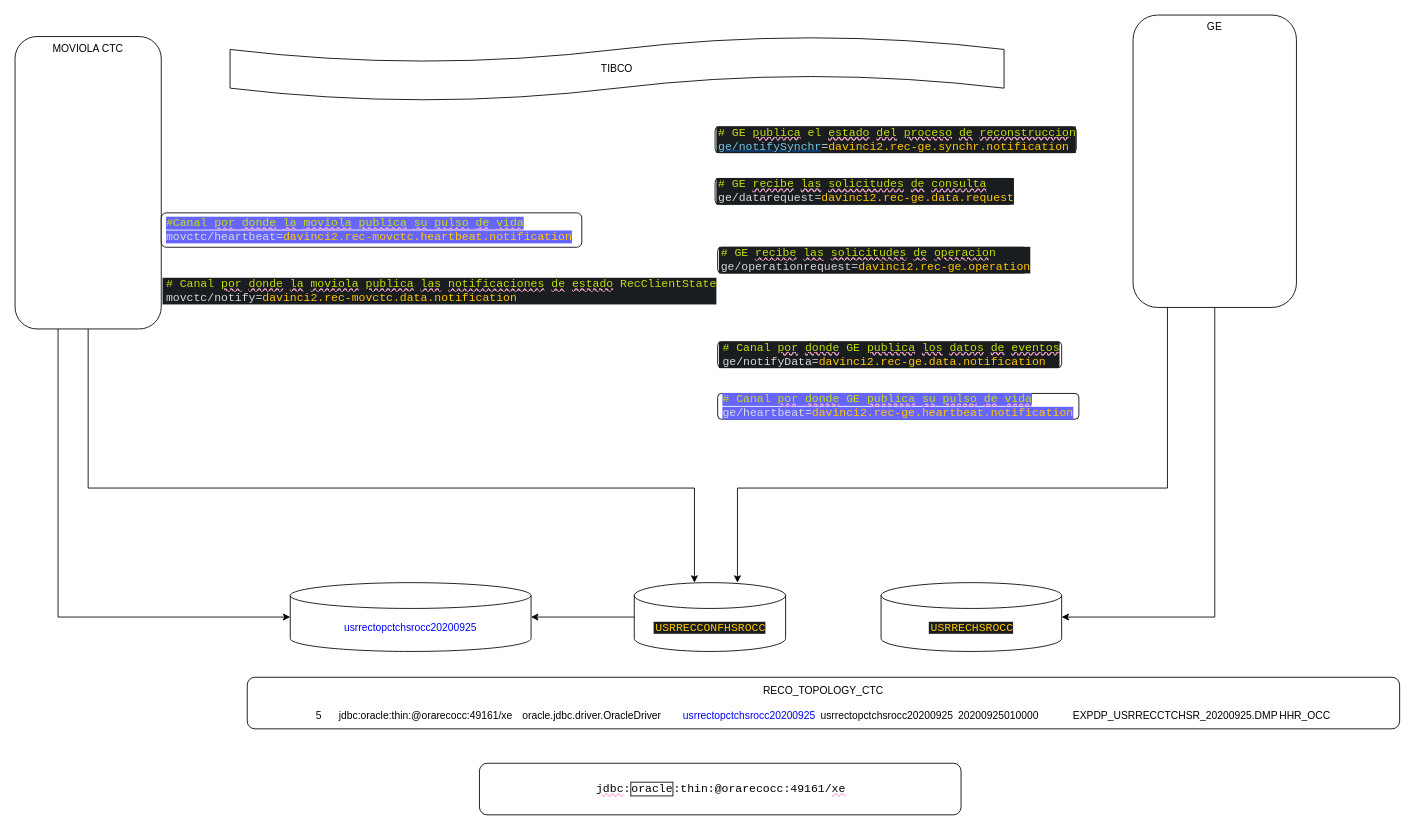
This is hhrmg.drawio from jeongon/HHRmovCTCge, a draw.io file, before an edit. Source tidied: cells renumbered, new cells numbered last; positions are measured from the earlier drawing's top-left corner, leaving out a move shared by most shapes. Both pictures are drawn from the tidied source at 86%, with x=0, y=0 at pixel (15, 15).
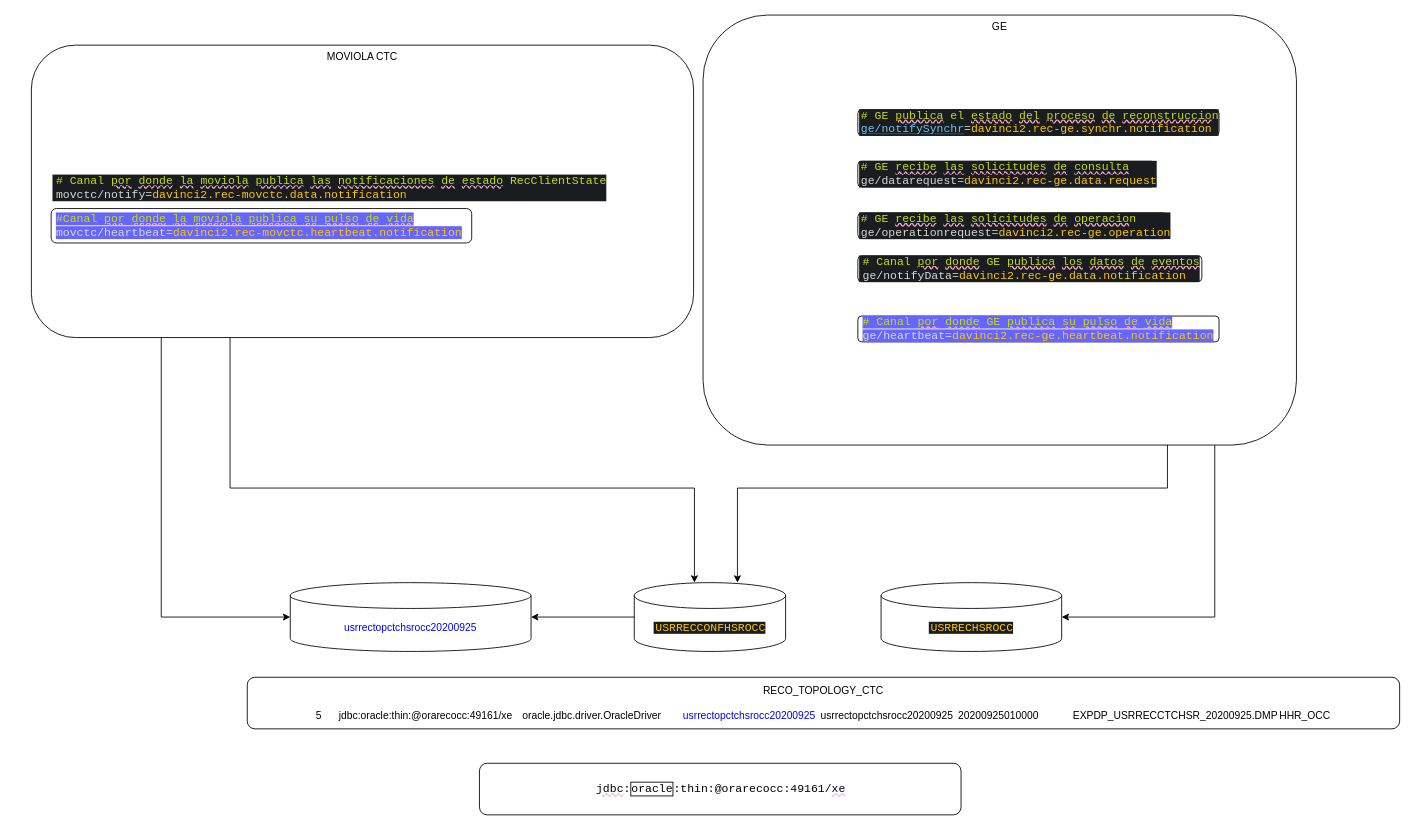
The same page after the edit.

Unchanged cells that the change refers to:
```xml
<mxCell id="6" value="&lt;span style=&quot;color: rgb(0, 0, 255);&quot;&gt;usrrectopctchsrocc20200925&lt;/span&gt;" style="shape=cylinder3;whiteSpace=wrap;html=1;boundedLbl=1;backgroundOutline=1;size=15;" parent="1" vertex="1">
  <mxGeometry x="320" y="660" width="280" height="80" as="geometry" />
</mxCell>
<mxCell id="8" value="&lt;span style=&quot;background-color:#191d1f;padding:0px 0px 0px 2px;&quot;&gt;&lt;span style=&quot;color: rgb(199, 205, 209); font-family: &amp;quot;Courier New&amp;quot;; font-size: 10pt; white-space: pre;&quot;&gt;&lt;span style=&quot;color:#d8d8d8;&quot;&gt;&lt;/span&gt;&lt;span style=&quot;color:#ffc600;&quot;&gt;USRRECCONFHSROCC&lt;/span&gt;&lt;/span&gt;&lt;/span&gt;" style="shape=cylinder3;whiteSpace=wrap;html=1;boundedLbl=1;backgroundOutline=1;size=15;" parent="1" vertex="1">
  <mxGeometry x="720" y="660" width="176" height="80" as="geometry" />
</mxCell>
```

The edit, as a diff of the source:
```diff
@@
     <mxCell id="2" value="MOVIOLA CTC" style="rounded=1;whiteSpace=wrap;html=1;verticalAlign=top;" parent="1" vertex="1">
-      <mxGeometry y="25" width="170" height="340" as="geometry" />
+      <mxGeometry x="19" y="35" width="770" height="340" as="geometry" />
     </mxCell>
@@
     <mxCell id="4" value="GE" style="rounded=1;whiteSpace=wrap;html=1;verticalAlign=top;" parent="1" vertex="1">
-      <mxGeometry x="1300" width="190" height="340" as="geometry" />
+      <mxGeometry x="800" width="690" height="500" as="geometry" />
     </mxCell>
-    <mxCell id="5" value="TIBCO" style="shape=tape;whiteSpace=wrap;html=1;" parent="1" vertex="1">
-      <mxGeometry x="250" y="25" width="900" height="75" as="geometry" />
-    </mxCell>
@@
     <mxCell id="9" value="&lt;div style=&quot;background-color:#191d1f;padding:0px 0px 0px 2px;&quot;&gt;&lt;div style=&quot;color: rgb(199, 205, 209); font-family: &amp;quot;Courier New&amp;quot;; font-size: 10pt; white-space: pre;&quot;&gt;&lt;p style=&quot;margin:0;&quot;&gt;&lt;span style=&quot;color:#c7dd0c;&quot;&gt;# &lt;/span&gt;&lt;span style=&quot;color:#c7dd0c;&quot;&gt;GE &lt;/span&gt;&lt;span style=&quot;color: rgb(199, 221, 12); text-decoration-line: underline; text-decoration-color: rgb(253, 170, 211); text-decoration-style: wavy;&quot;&gt;publica&lt;/span&gt;&lt;span style=&quot;color:#c7dd0c;&quot;&gt; el &lt;/span&gt;&lt;span style=&quot;color: rgb(199, 221, 12); text-decoration-line: underline; text-decoration-color: rgb(253, 170, 211); text-decoration-style: wavy;&quot;&gt;estado&lt;/span&gt;&lt;span style=&quot;color:#c7dd0c;&quot;&gt; &lt;/span&gt;&lt;span style=&quot;color: rgb(199, 221, 12); text-decoration-line: underline; text-decoration-color: rgb(253, 170, 211); text-decoration-style: wavy;&quot;&gt;del&lt;/span&gt;&lt;span style=&quot;color:#c7dd0c;&quot;&gt; &lt;/span&gt;&lt;span style=&quot;color: rgb(199, 221, 12); text-decoration-line: underline; text-decoration-color: rgb(253, 170, 211); text-decoration-style: wavy;&quot;&gt;proceso&lt;/span&gt;&lt;span style=&quot;color:#c7dd0c;&quot;&gt; &lt;/span&gt;&lt;span style=&quot;color: rgb(199, 221, 12); text-decoration-line: underline; text-decoration-color: rgb(253, 170, 211); text-decoration-style: wavy;&quot;&gt;de&lt;/span&gt;&lt;span style=&quot;color:#c7dd0c;&quot;&gt; &lt;/span&gt;&lt;span style=&quot;color: rgb(199, 221, 12); text-decoration-line: underline; text-decoration-color: rgb(253, 170, 211); text-decoration-style: wavy;&quot;&gt;reconstruccio&lt;/span&gt;&lt;span style=&quot;color:#c7dd0c;&quot;&gt;n&lt;/span&gt;&lt;/p&gt;&lt;p style=&quot;margin:0;&quot;&gt;&lt;span style=&quot;color: rgb(111, 197, 238); text-decoration-line: underline; text-decoration-style: solid; text-decoration-color: rgb(0, 102, 204);&quot;&gt;ge/notifySynchr&lt;/span&gt;&lt;span style=&quot;color:#d8d8d8;&quot;&gt;=&lt;/span&gt;&lt;span style=&quot;color:#ffc600;&quot;&gt;davinci2.rec-ge.synchr.notification&lt;/span&gt;&lt;/p&gt;&lt;/div&gt;&lt;/div&gt;" style="rounded=1;whiteSpace=wrap;html=1;align=left;" parent="1" vertex="1">
-      <mxGeometry x="814" y="130" width="420" height="30" as="geometry" />
+      <mxGeometry x="980" y="110" width="420" height="30" as="geometry" />
     </mxCell>
     <mxCell id="10" value="&lt;div style=&quot;background-color:#191d1f;padding:0px 0px 0px 2px;&quot;&gt;&lt;div style=&quot;color: rgb(199, 205, 209); font-family: &amp;quot;Courier New&amp;quot;; font-size: 10pt; white-space: pre;&quot;&gt;&lt;p style=&quot;margin:0;&quot;&gt;&lt;span style=&quot;font-size: 10pt; color: rgb(199, 221, 12);&quot;&gt;# &lt;/span&gt;&lt;span style=&quot;font-size: 10pt; color: rgb(199, 221, 12);&quot;&gt;GE &lt;/span&gt;&lt;span style=&quot;font-size: 10pt; color: rgb(199, 221, 12); text-decoration-line: underline; text-decoration-color: rgb(253, 170, 211); text-decoration-style: wavy;&quot;&gt;recibe&lt;/span&gt;&lt;span style=&quot;font-size: 10pt; color: rgb(199, 221, 12);&quot;&gt; &lt;/span&gt;&lt;span style=&quot;font-size: 10pt; color: rgb(199, 221, 12); text-decoration-line: underline; text-decoration-color: rgb(253, 170, 211); text-decoration-style: wavy;&quot;&gt;las&lt;/span&gt;&lt;span style=&quot;font-size: 10pt; color: rgb(199, 221, 12);&quot;&gt; &lt;/span&gt;&lt;span style=&quot;font-size: 10pt; color: rgb(199, 221, 12); text-decoration-line: underline; text-decoration-color: rgb(253, 170, 211); text-decoration-style: wavy;&quot;&gt;solicitudes&lt;/span&gt;&lt;span style=&quot;font-size: 10pt; color: rgb(199, 221, 12);&quot;&gt; &lt;/span&gt;&lt;span style=&quot;font-size: 10pt; color: rgb(199, 221, 12); text-decoration-line: underline; text-decoration-color: rgb(253, 170, 211); text-decoration-style: wavy;&quot;&gt;de&lt;/span&gt;&lt;span style=&quot;font-size: 10pt; color: rgb(199, 221, 12);&quot;&gt; &lt;/span&gt;&lt;span style=&quot;font-size: 10pt; color: rgb(199, 221, 12); text-decoration-line: underline; text-decoration-color: rgb(253, 170, 211); text-decoration-style: wavy;&quot;&gt;consulta&lt;/span&gt;&lt;br&gt;&lt;/p&gt;&lt;p style=&quot;margin:0;&quot;&gt;&lt;span style=&quot;color:#d8d8d8;&quot;&gt;ge/datarequest=&lt;/span&gt;&lt;span style=&quot;color:#ffc600;&quot;&gt;davinci2.rec-ge.data.request&lt;/span&gt;&lt;/p&gt;&lt;/div&gt;&lt;/div&gt;" style="rounded=1;whiteSpace=wrap;html=1;align=left;" parent="1" vertex="1">
-      <mxGeometry x="814" y="190" width="346" height="30" as="geometry" />
+      <mxGeometry x="980" y="170" width="346" height="30" as="geometry" />
     </mxCell>
     <mxCell id="11" value="&lt;div style=&quot;background-color:#191d1f;padding:0px 0px 0px 2px;&quot;&gt;&lt;div style=&quot;color: rgb(199, 205, 209); font-family: &amp;quot;Courier New&amp;quot;; font-size: 10pt; white-space: pre;&quot;&gt;&lt;p style=&quot;margin:0;&quot;&gt;&lt;span style=&quot;font-size: 10pt; color: rgb(199, 221, 12);&quot;&gt;# &lt;/span&gt;&lt;span style=&quot;font-size: 10pt; color: rgb(199, 221, 12);&quot;&gt;GE &lt;/span&gt;&lt;span style=&quot;font-size: 10pt; color: rgb(199, 221, 12); text-decoration-line: underline; text-decoration-color: rgb(253, 170, 211); text-decoration-style: wavy;&quot;&gt;recibe&lt;/span&gt;&lt;span style=&quot;font-size: 10pt; color: rgb(199, 221, 12);&quot;&gt; &lt;/span&gt;&lt;span style=&quot;font-size: 10pt; color: rgb(199, 221, 12); text-decoration-line: underline; text-decoration-color: rgb(253, 170, 211); text-decoration-style: wavy;&quot;&gt;las&lt;/span&gt;&lt;span style=&quot;font-size: 10pt; color: rgb(199, 221, 12);&quot;&gt; &lt;/span&gt;&lt;span style=&quot;font-size: 10pt; color: rgb(199, 221, 12); text-decoration-line: underline; text-decoration-color: rgb(253, 170, 211); text-decoration-style: wavy;&quot;&gt;solicitudes&lt;/span&gt;&lt;span style=&quot;font-size: 10pt; color: rgb(199, 221, 12);&quot;&gt; &lt;/span&gt;&lt;span style=&quot;font-size: 10pt; color: rgb(199, 221, 12); text-decoration-line: underline; text-decoration-color: rgb(253, 170, 211); text-decoration-style: wavy;&quot;&gt;de&lt;/span&gt;&lt;span style=&quot;font-size: 10pt; color: rgb(199, 221, 12);&quot;&gt; &lt;/span&gt;&lt;span style=&quot;font-size: 10pt; color: rgb(199, 221, 12); text-decoration-line: underline; text-decoration-color: rgb(253, 170, 211); text-decoration-style: wavy;&quot;&gt;operacio&lt;/span&gt;&lt;span style=&quot;font-size: 10pt; color: rgb(199, 221, 12);&quot;&gt;n&lt;/span&gt;&lt;br&gt;&lt;/p&gt;&lt;p style=&quot;margin:0;&quot;&gt;&lt;span style=&quot;color:#d8d8d8;&quot;&gt;ge/operationrequest&lt;/span&gt;&lt;span style=&quot;color:#d8d8d8;&quot;&gt;=&lt;/span&gt;&lt;span style=&quot;color:#ffc600;&quot;&gt;davinci2.rec-ge.operation&lt;/span&gt;&lt;/p&gt;&lt;/div&gt;&lt;/div&gt;" style="rounded=1;whiteSpace=wrap;html=1;align=left;" parent="1" vertex="1">
-      <mxGeometry x="817" y="270" width="360" height="30" as="geometry" />
+      <mxGeometry x="980" y="230" width="360" height="30" as="geometry" />
     </mxCell>
     <mxCell id="12" value="&lt;div style=&quot;background-color:#191d1f;padding:0px 0px 0px 2px;&quot;&gt;&lt;div style=&quot;color: rgb(199, 205, 209); font-family: &amp;quot;Courier New&amp;quot;; font-size: 10pt; white-space: pre;&quot;&gt;&lt;div style=&quot;padding: 0px 0px 0px 2px;&quot;&gt;&lt;div style=&quot;font-size: 10pt;&quot;&gt;&lt;p style=&quot;margin:0;&quot;&gt;&lt;span style=&quot;font-size: 10pt; color: rgb(199, 221, 12);&quot;&gt;# Canal &lt;/span&gt;&lt;span style=&quot;font-size: 10pt; color: rgb(199, 221, 12); text-decoration-line: underline; text-decoration-color: rgb(253, 170, 211); text-decoration-style: wavy;&quot;&gt;por&lt;/span&gt;&lt;span style=&quot;font-size: 10pt; color: rgb(199, 221, 12);&quot;&gt; &lt;/span&gt;&lt;span style=&quot;font-size: 10pt; color: rgb(199, 221, 12); text-decoration-line: underline; text-decoration-color: rgb(253, 170, 211); text-decoration-style: wavy;&quot;&gt;donde&lt;/span&gt;&lt;span style=&quot;font-size: 10pt; color: rgb(199, 221, 12);&quot;&gt; GE &lt;/span&gt;&lt;span style=&quot;font-size: 10pt; color: rgb(199, 221, 12); text-decoration-line: underline; text-decoration-color: rgb(253, 170, 211); text-decoration-style: wavy;&quot;&gt;publica&lt;/span&gt;&lt;span style=&quot;font-size: 10pt; color: rgb(199, 221, 12);&quot;&gt; &lt;/span&gt;&lt;span style=&quot;font-size: 10pt; color: rgb(199, 221, 12); text-decoration-line: underline; text-decoration-color: rgb(253, 170, 211); text-decoration-style: wavy;&quot;&gt;los&lt;/span&gt;&lt;span style=&quot;font-size: 10pt; color: rgb(199, 221, 12);&quot;&gt; &lt;/span&gt;&lt;span style=&quot;font-size: 10pt; color: rgb(199, 221, 12); text-decoration-line: underline; text-decoration-color: rgb(253, 170, 211); text-decoration-style: wavy;&quot;&gt;datos&lt;/span&gt;&lt;span style=&quot;font-size: 10pt; color: rgb(199, 221, 12);&quot;&gt; &lt;/span&gt;&lt;span style=&quot;font-size: 10pt; color: rgb(199, 221, 12); text-decoration-line: underline; text-decoration-color: rgb(253, 170, 211); text-decoration-style: wavy;&quot;&gt;de&lt;/span&gt;&lt;span style=&quot;font-size: 10pt; color: rgb(199, 221, 12);&quot;&gt; &lt;/span&gt;&lt;span style=&quot;font-size: 10pt; color: rgb(199, 221, 12); text-decoration-line: underline; text-decoration-color: rgb(253, 170, 211); text-decoration-style: wavy;&quot;&gt;eventos&lt;/span&gt;&lt;br&gt;&lt;/p&gt;&lt;p style=&quot;margin:0;&quot;&gt;&lt;span style=&quot;color:#d8d8d8;&quot;&gt;ge/notifyData=&lt;/span&gt;&lt;span style=&quot;color:#ffc600;&quot;&gt;davinci2.rec-ge.data.notification&lt;/span&gt;&lt;/p&gt;&lt;/div&gt;&lt;/div&gt;&lt;/div&gt;&lt;/div&gt;" style="rounded=1;whiteSpace=wrap;html=1;align=left;" parent="1" vertex="1">
-      <mxGeometry x="817" y="380" width="400" height="30" as="geometry" />
+      <mxGeometry x="980" y="280" width="400" height="30" as="geometry" />
     </mxCell>
     <mxCell id="13" value="&lt;div style=&quot;background-color:#191d1f;padding:0px 0px 0px 2px;&quot;&gt;&lt;div style=&quot;color: rgb(199, 205, 209); font-family: &amp;quot;Courier New&amp;quot;; font-size: 10pt; white-space: pre;&quot;&gt;&lt;div style=&quot;padding: 0px 0px 0px 2px;&quot;&gt;&lt;div style=&quot;font-size: 10pt;&quot;&gt;&lt;p style=&quot;margin:0;&quot;&gt;&lt;span style=&quot;font-size: 10pt; color: rgb(199, 221, 12);&quot;&gt;# Canal &lt;/span&gt;&lt;span style=&quot;font-size: 10pt; color: rgb(199, 221, 12); text-decoration-line: underline; text-decoration-color: rgb(253, 170, 211); text-decoration-style: wavy;&quot;&gt;por&lt;/span&gt;&lt;span style=&quot;font-size: 10pt; color: rgb(199, 221, 12);&quot;&gt; &lt;/span&gt;&lt;span style=&quot;font-size: 10pt; color: rgb(199, 221, 12); text-decoration-line: underline; text-decoration-color: rgb(253, 170, 211); text-decoration-style: wavy;&quot;&gt;donde&lt;/span&gt;&lt;span style=&quot;font-size: 10pt; color: rgb(199, 221, 12);&quot;&gt; &lt;/span&gt;&lt;span style=&quot;font-size: 10pt; color: rgb(199, 221, 12); text-decoration-line: underline; text-decoration-color: rgb(253, 170, 211); text-decoration-style: wavy;&quot;&gt;la&lt;/span&gt;&lt;span style=&quot;font-size: 10pt; color: rgb(199, 221, 12);&quot;&gt; &lt;/span&gt;&lt;span style=&quot;font-size: 10pt; color: rgb(199, 221, 12); text-decoration-line: underline; text-decoration-color: rgb(253, 170, 211); text-decoration-style: wavy;&quot;&gt;moviola&lt;/span&gt;&lt;span style=&quot;font-size: 10pt; color: rgb(199, 221, 12);&quot;&gt; &lt;/span&gt;&lt;span style=&quot;font-size: 10pt; color: rgb(199, 221, 12); text-decoration-line: underline; text-decoration-color: rgb(253, 170, 211); text-decoration-style: wavy;&quot;&gt;publica&lt;/span&gt;&lt;span style=&quot;font-size: 10pt; color: rgb(199, 221, 12);&quot;&gt; &lt;/span&gt;&lt;span style=&quot;font-size: 10pt; color: rgb(199, 221, 12); text-decoration-line: underline; text-decoration-color: rgb(253, 170, 211); text-decoration-style: wavy;&quot;&gt;las&lt;/span&gt;&lt;span style=&quot;font-size: 10pt; color: rgb(199, 221, 12);&quot;&gt; &lt;/span&gt;&lt;span style=&quot;font-size: 10pt; color: rgb(199, 221, 12); text-decoration-line: underline; text-decoration-color: rgb(253, 170, 211); text-decoration-style: wavy;&quot;&gt;notificaciones&lt;/span&gt;&lt;span style=&quot;font-size: 10pt; color: rgb(199, 221, 12);&quot;&gt; &lt;/span&gt;&lt;span style=&quot;font-size: 10pt; color: rgb(199, 221, 12); text-decoration-line: underline; text-decoration-color: rgb(253, 170, 211); text-decoration-style: wavy;&quot;&gt;de&lt;/span&gt;&lt;span style=&quot;font-size: 10pt; color: rgb(199, 221, 12);&quot;&gt; &lt;/span&gt;&lt;span style=&quot;font-size: 10pt; color: rgb(199, 221, 12); text-decoration-line: underline; text-decoration-color: rgb(253, 170, 211); text-decoration-style: wavy;&quot;&gt;estado&lt;/span&gt;&lt;span style=&quot;font-size: 10pt; color: rgb(199, 221, 12);&quot;&gt; RecClientState&lt;/span&gt;&lt;br&gt;&lt;/p&gt;&lt;p style=&quot;margin:0;&quot;&gt;&lt;span style=&quot;color:#d8d8d8;&quot;&gt;movctc/notify=&lt;/span&gt;&lt;span style=&quot;color:#ffc600;&quot;&gt;davinci2.rec-movctc.data.notification&lt;/span&gt;&lt;/p&gt;&lt;/div&gt;&lt;/div&gt;&lt;/div&gt;&lt;/div&gt;" style="rounded=1;whiteSpace=wrap;html=1;align=left;" parent="1" vertex="1">
-      <mxGeometry x="170" y="320" width="686" as="geometry" />
+      <mxGeometry x="42" y="200" width="686" as="geometry" />
     </mxCell>
     <mxCell id="14" value="&lt;div style=&quot;padding: 0px 0px 0px 2px;&quot;&gt;&lt;div style=&quot;color: rgb(199, 205, 209); font-family: &amp;quot;Courier New&amp;quot;; font-size: 10pt; white-space: pre;&quot;&gt;&lt;div style=&quot;padding: 0px 0px 0px 2px;&quot;&gt;&lt;div style=&quot;font-size: 10pt;&quot;&gt;&lt;p style=&quot;margin: 0px;&quot;&gt;&lt;span style=&quot;background-color: rgb(102, 102, 255);&quot;&gt;&lt;span style=&quot;color: rgb(199, 221, 12);&quot;&gt;#Canal &lt;/span&gt;&lt;span style=&quot;color: rgb(199, 221, 12); text-decoration-line: underline; text-decoration-color: rgb(253, 170, 211); text-decoration-style: wavy;&quot;&gt;por&lt;/span&gt;&lt;span style=&quot;color: rgb(199, 221, 12);&quot;&gt; &lt;/span&gt;&lt;span style=&quot;color: rgb(199, 221, 12); text-decoration-line: underline; text-decoration-color: rgb(253, 170, 211); text-decoration-style: wavy;&quot;&gt;donde&lt;/span&gt;&lt;span style=&quot;color: rgb(199, 221, 12);&quot;&gt; &lt;/span&gt;&lt;span style=&quot;color: rgb(199, 221, 12); text-decoration-line: underline; text-decoration-color: rgb(253, 170, 211); text-decoration-style: wavy;&quot;&gt;la&lt;/span&gt;&lt;span style=&quot;color: rgb(199, 221, 12);&quot;&gt; &lt;/span&gt;&lt;span style=&quot;color: rgb(199, 221, 12); text-decoration-line: underline; text-decoration-color: rgb(253, 170, 211); text-decoration-style: wavy;&quot;&gt;moviola&lt;/span&gt;&lt;span style=&quot;color: rgb(199, 221, 12);&quot;&gt; &lt;/span&gt;&lt;span style=&quot;color: rgb(199, 221, 12); text-decoration-line: underline; text-decoration-color: rgb(253, 170, 211); text-decoration-style: wavy;&quot;&gt;publica&lt;/span&gt;&lt;span style=&quot;color: rgb(199, 221, 12);&quot;&gt; &lt;/span&gt;&lt;span style=&quot;color: rgb(199, 221, 12); text-decoration-line: underline; text-decoration-color: rgb(253, 170, 211); text-decoration-style: wavy;&quot;&gt;su&lt;/span&gt;&lt;span style=&quot;color: rgb(199, 221, 12);&quot;&gt; &lt;/span&gt;&lt;span style=&quot;color: rgb(199, 221, 12); text-decoration-line: underline; text-decoration-color: rgb(253, 170, 211); text-decoration-style: wavy;&quot;&gt;pulso&lt;/span&gt;&lt;span style=&quot;color: rgb(199, 221, 12);&quot;&gt; &lt;/span&gt;&lt;span style=&quot;color: rgb(199, 221, 12); text-decoration-line: underline; text-decoration-color: rgb(253, 170, 211); text-decoration-style: wavy;&quot;&gt;de&lt;/span&gt;&lt;span style=&quot;color: rgb(199, 221, 12);&quot;&gt; &lt;/span&gt;&lt;span style=&quot;color: rgb(199, 221, 12); text-decoration-line: underline; text-decoration-color: rgb(253, 170, 211); text-decoration-style: wavy;&quot;&gt;vida&lt;/span&gt;&lt;/span&gt;&lt;/p&gt;&lt;p style=&quot;margin: 0px;&quot;&gt;&lt;span style=&quot;background-color: rgb(102, 102, 255);&quot;&gt;&lt;span style=&quot;color: rgb(216, 216, 216);&quot;&gt;movctc/heartbeat=&lt;/span&gt;&lt;span style=&quot;color: rgb(255, 198, 0);&quot;&gt;davinci2.rec-movctc.heartbeat.notification&lt;/span&gt;&lt;/span&gt;&lt;/p&gt;&lt;/div&gt;&lt;/div&gt;&lt;/div&gt;&lt;/div&gt;" style="rounded=1;whiteSpace=wrap;html=1;align=left;" parent="1" vertex="1">
-      <mxGeometry x="170" y="230" width="489" height="40" as="geometry" />
+      <mxGeometry x="42" y="225" width="489" height="40" as="geometry" />
     </mxCell>
     <mxCell id="15" value="&lt;div style=&quot;padding: 0px 0px 0px 2px;&quot;&gt;&lt;div style=&quot;color: rgb(199, 205, 209); font-family: &amp;quot;Courier New&amp;quot;; font-size: 10pt; white-space: pre;&quot;&gt;&lt;div style=&quot;padding: 0px 0px 0px 2px;&quot;&gt;&lt;div style=&quot;font-size: 10pt;&quot;&gt;&lt;p style=&quot;margin: 0px;&quot;&gt;&lt;span style=&quot;background-color: rgb(102, 102, 255);&quot;&gt;&lt;span style=&quot;font-size: 10pt; color: rgb(199, 221, 12);&quot;&gt;# Canal &lt;/span&gt;&lt;span style=&quot;font-size: 10pt; color: rgb(199, 221, 12); text-decoration-line: underline; text-decoration-color: rgb(253, 170, 211); text-decoration-style: wavy;&quot;&gt;por&lt;/span&gt;&lt;span style=&quot;font-size: 10pt; color: rgb(199, 221, 12);&quot;&gt; &lt;/span&gt;&lt;span style=&quot;font-size: 10pt; color: rgb(199, 221, 12); text-decoration-line: underline; text-decoration-color: rgb(253, 170, 211); text-decoration-style: wavy;&quot;&gt;donde&lt;/span&gt;&lt;span style=&quot;font-size: 10pt; color: rgb(199, 221, 12);&quot;&gt; GE &lt;/span&gt;&lt;span style=&quot;font-size: 10pt; color: rgb(199, 221, 12); text-decoration-line: underline; text-decoration-color: rgb(253, 170, 211); text-decoration-style: wavy;&quot;&gt;publica&lt;/span&gt;&lt;span style=&quot;font-size: 10pt; color: rgb(199, 221, 12);&quot;&gt; &lt;/span&gt;&lt;span style=&quot;font-size: 10pt; color: rgb(199, 221, 12); text-decoration-line: underline; text-decoration-color: rgb(253, 170, 211); text-decoration-style: wavy;&quot;&gt;su&lt;/span&gt;&lt;span style=&quot;font-size: 10pt; color: rgb(199, 221, 12);&quot;&gt; &lt;/span&gt;&lt;span style=&quot;font-size: 10pt; color: rgb(199, 221, 12); text-decoration-line: underline; text-decoration-color: rgb(253, 170, 211); text-decoration-style: wavy;&quot;&gt;pulso&lt;/span&gt;&lt;span style=&quot;font-size: 10pt; color: rgb(199, 221, 12);&quot;&gt; &lt;/span&gt;&lt;span style=&quot;font-size: 10pt; color: rgb(199, 221, 12); text-decoration-line: underline; text-decoration-color: rgb(253, 170, 211); text-decoration-style: wavy;&quot;&gt;de&lt;/span&gt;&lt;span style=&quot;font-size: 10pt; color: rgb(199, 221, 12);&quot;&gt; &lt;/span&gt;&lt;span style=&quot;font-size: 10pt; color: rgb(199, 221, 12); text-decoration-line: underline; text-decoration-color: rgb(253, 170, 211); text-decoration-style: wavy;&quot;&gt;vida&lt;/span&gt;&lt;br&gt;&lt;/span&gt;&lt;/p&gt;&lt;p style=&quot;margin: 0px;&quot;&gt;&lt;span style=&quot;background-color: rgb(102, 102, 255);&quot;&gt;&lt;span style=&quot;color: rgb(216, 216, 216);&quot;&gt;ge/heartbeat=&lt;/span&gt;&lt;span style=&quot;color: rgb(255, 198, 0);&quot;&gt;davinci2.rec-ge.heartbeat.notification&lt;/span&gt;&lt;/span&gt;&lt;/p&gt;&lt;/div&gt;&lt;/div&gt;&lt;/div&gt;&lt;/div&gt;" style="rounded=1;whiteSpace=wrap;html=1;align=left;" parent="1" vertex="1">
-      <mxGeometry x="817" y="440" width="420" height="30" as="geometry" />
+      <mxGeometry x="980" y="350" width="420" height="30" as="geometry" />
     </mxCell>
@@
     <mxCell id="17" style="edgeStyle=orthogonalEdgeStyle;rounded=0;jettySize=auto;html=1;" parent="1" edge="1" source="2" target="8">
       <mxGeometry relative="1" as="geometry">
         <Array as="points">
-          <mxPoint x="85" y="550" />
+          <mxPoint x="250" y="550" />
           <mxPoint x="790" y="550" />
         </Array>
       </mxGeometry>
     </mxCell>
     <mxCell id="18" style="edgeStyle=orthogonalEdgeStyle;rounded=0;jettySize=auto;html=1;entryX=0;entryY=0.5;entryDx=0;entryDy=0;entryPerimeter=0;" parent="1" edge="1" source="2" target="6">
       <mxGeometry relative="1" as="geometry">
         <Array as="points">
-          <mxPoint x="50" y="700" />
+          <mxPoint x="170" y="700" />
         </Array>
       </mxGeometry>
     </mxCell>
```
